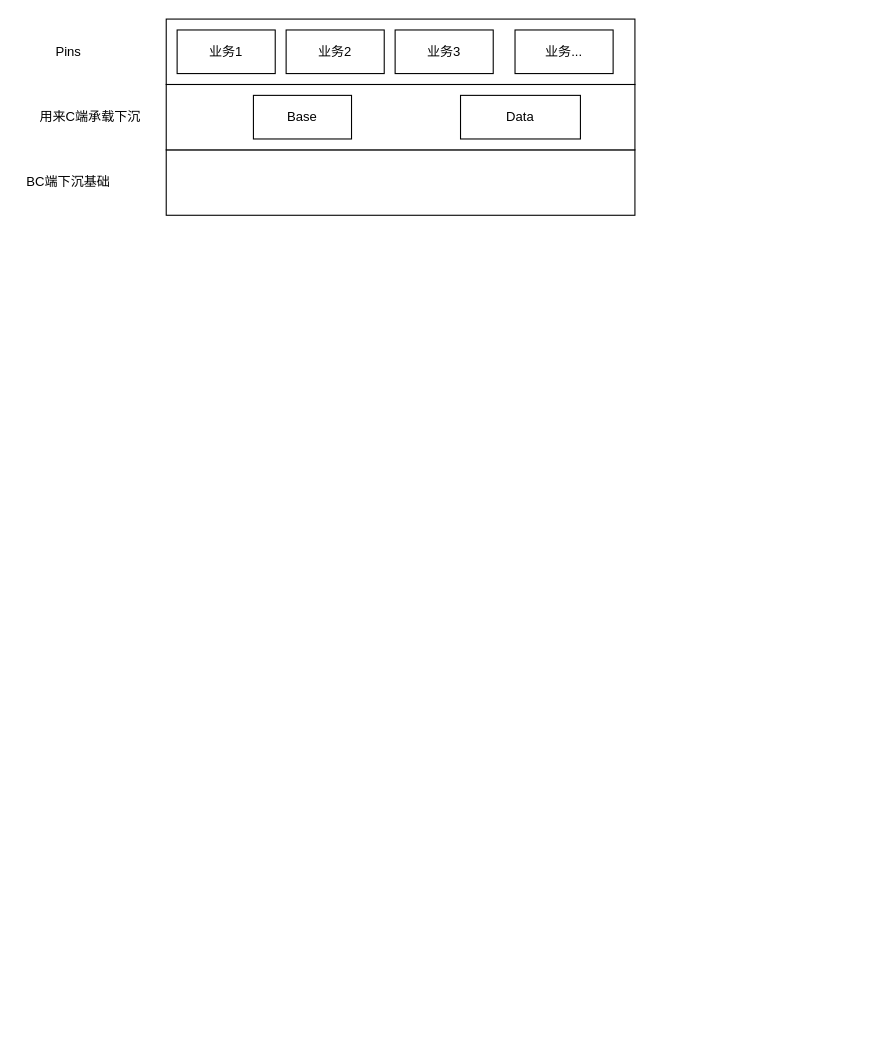
This is Untitled Diagram.drawio from LailaiMaster/cloud, a draw.io file, before an edit. Source tidied: cells renumbered, new cells numbered last; positions are measured from the earlier drawing's top-left corner, leaving out a move shared by most shapes. Both pictures are drawn from the tidied source at 109%, with x=0, y=0 at pixel (19, 19).
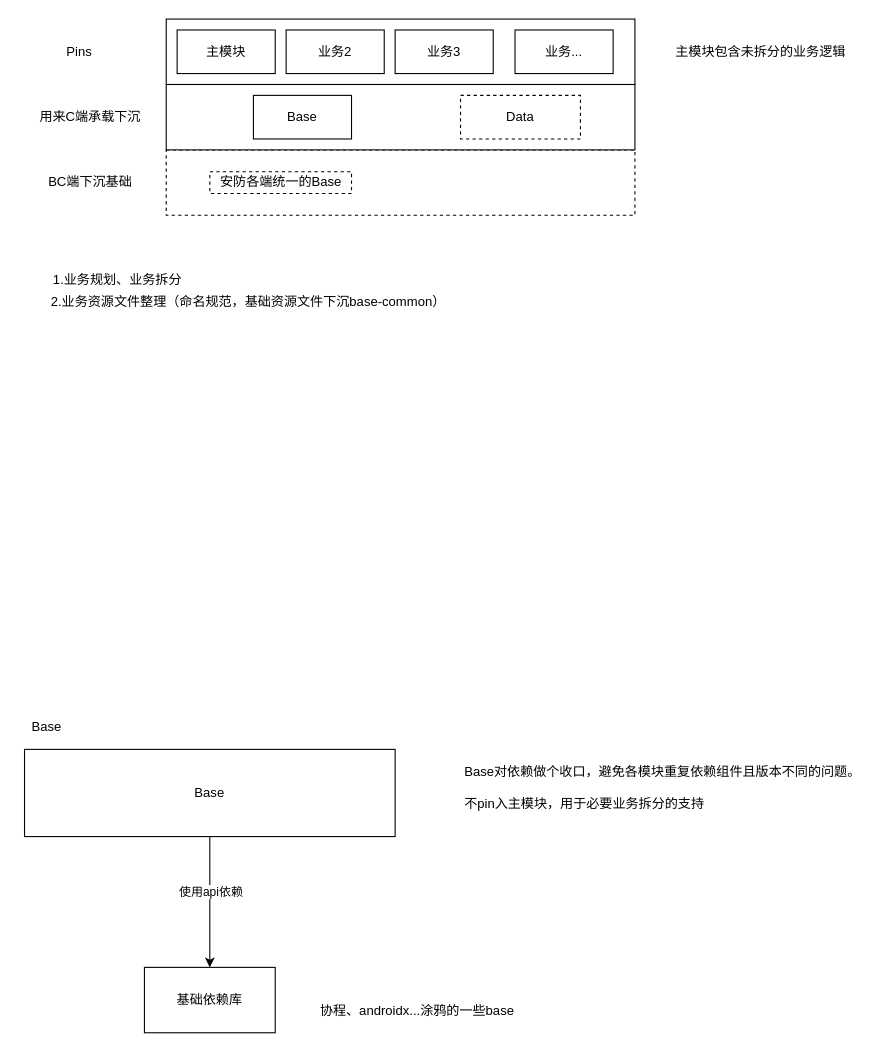
After the change.

Diff of the diagram source:
```diff
@@
-    <mxCell id="2" style="whiteSpace=wrap;html=1;" parent="1" vertex="1">
+    <mxCell id="2" style="whiteSpace=wrap;html=1;dashed=1;" parent="1" vertex="1">
       <mxGeometry x="135" y="120" width="430" height="60" as="geometry" />
     </mxCell>
@@
-    <mxCell id="5" value="业务1" style="whiteSpace=wrap;html=1;" parent="1" vertex="1">
+    <mxCell id="5" value="主模块" style="whiteSpace=wrap;html=1;" parent="1" vertex="1">
       <mxGeometry x="145" y="10" width="90" height="40" as="geometry" />
     </mxCell>
@@
     <mxCell id="10" value="BC端下沉基础" style="text;html=1;align=center;verticalAlign=middle;" parent="1" vertex="1">
-      <mxGeometry y="140" width="90" height="20" as="geometry" />
+      <mxGeometry x="20" y="140" width="90" height="20" as="geometry" />
     </mxCell>
     <mxCell id="11" value="Pins" style="text;html=1;align=center;verticalAlign=middle;" parent="1" vertex="1">
-      <mxGeometry x="25" y="20" width="40" height="20" as="geometry" />
+      <mxGeometry x="35" y="20" width="40" height="20" as="geometry" />
     </mxCell>
-    <mxCell id="12" value="Data" style="rounded=0;whiteSpace=wrap;html=1;" parent="1" vertex="1">
+    <mxCell id="12" value="Data" style="rounded=0;whiteSpace=wrap;html=1;dashed=1;" parent="1" vertex="1">
       <mxGeometry x="405" y="70" width="110" height="40" as="geometry" />
     </mxCell>
@@
+    <mxCell id="14" value="1.业务规划、业务拆分" style="text;html=1;align=center;verticalAlign=middle;" parent="1" vertex="1">
+      <mxGeometry x="25" y="230" width="130" height="20" as="geometry" />
+    </mxCell>
+    <mxCell id="15" value="2.业务资源文件整理（命名规范，基础资源文件下沉base-common）" style="text;html=1;align=center;verticalAlign=middle;" parent="1" vertex="1">
+      <mxGeometry x="20" y="250" width="380" height="20" as="geometry" />
+    </mxCell>
+    <mxCell id="16" value="主模块包含未拆分的业务逻辑" style="text;html=1;align=center;verticalAlign=middle;" parent="1" vertex="1">
+      <mxGeometry x="595" y="20" width="170" height="20" as="geometry" />
+    </mxCell>
+    <mxCell id="17" value="安防各端统一的Base" style="text;html=1;align=center;verticalAlign=middle;strokeColor=#000000;dashed=1;" parent="1" vertex="1">
+      <mxGeometry x="175" y="140" width="130" height="20" as="geometry" />
+    </mxCell>
+    <mxCell id="18" style="edgeStyle=orthogonalEdgeStyle;rounded=0;jettySize=auto;html=1;exitX=0.5;exitY=1;exitDx=0;exitDy=0;" parent="1" edge="1" source="20" target="21">
+      <mxGeometry relative="1" as="geometry" />
+    </mxCell>
+    <mxCell id="19" value="使用api依赖" style="edgeLabel;html=1;align=center;verticalAlign=middle;" parent="18" vertex="1">
+      <mxGeometry x="-0.17" relative="1" as="geometry" />
+    </mxCell>
+    <mxCell id="20" value="Base" style="whiteSpace=wrap;html=1;strokeColor=#000000;" parent="1" vertex="1">
+      <mxGeometry x="5" y="670" width="340" height="80" as="geometry" />
+    </mxCell>
+    <mxCell id="21" value="基础依赖库" style="whiteSpace=wrap;html=1;strokeColor=#000000;" parent="1" vertex="1">
+      <mxGeometry x="115" y="870" width="120" height="60" as="geometry" />
+    </mxCell>
+    <mxCell id="22" value="协程、androidx...涂鸦的一些base" style="text;html=1;align=center;verticalAlign=middle;" parent="1" vertex="1">
+      <mxGeometry x="270" y="900" width="190" height="20" as="geometry" />
+    </mxCell>
+    <mxCell id="23" value="Base对依赖做个收口，避免各模块重复依赖组件且版本不同的问题。&lt;br&gt;&lt;br&gt;&lt;div style=&quot;text-align: left&quot;&gt;&lt;span&gt;不pin入主模块，用于必要业务拆分的支持&lt;/span&gt;&lt;/div&gt;" style="text;html=1;align=center;verticalAlign=middle;" parent="1" vertex="1">
+      <mxGeometry x="400" y="680" width="380" height="50" as="geometry" />
+    </mxCell>
+    <mxCell id="24" value="Base" style="text;html=1;align=center;verticalAlign=middle;" parent="1" vertex="1">
+      <mxGeometry x="5" y="640" width="40" height="20" as="geometry" />
+    </mxCell>
```
